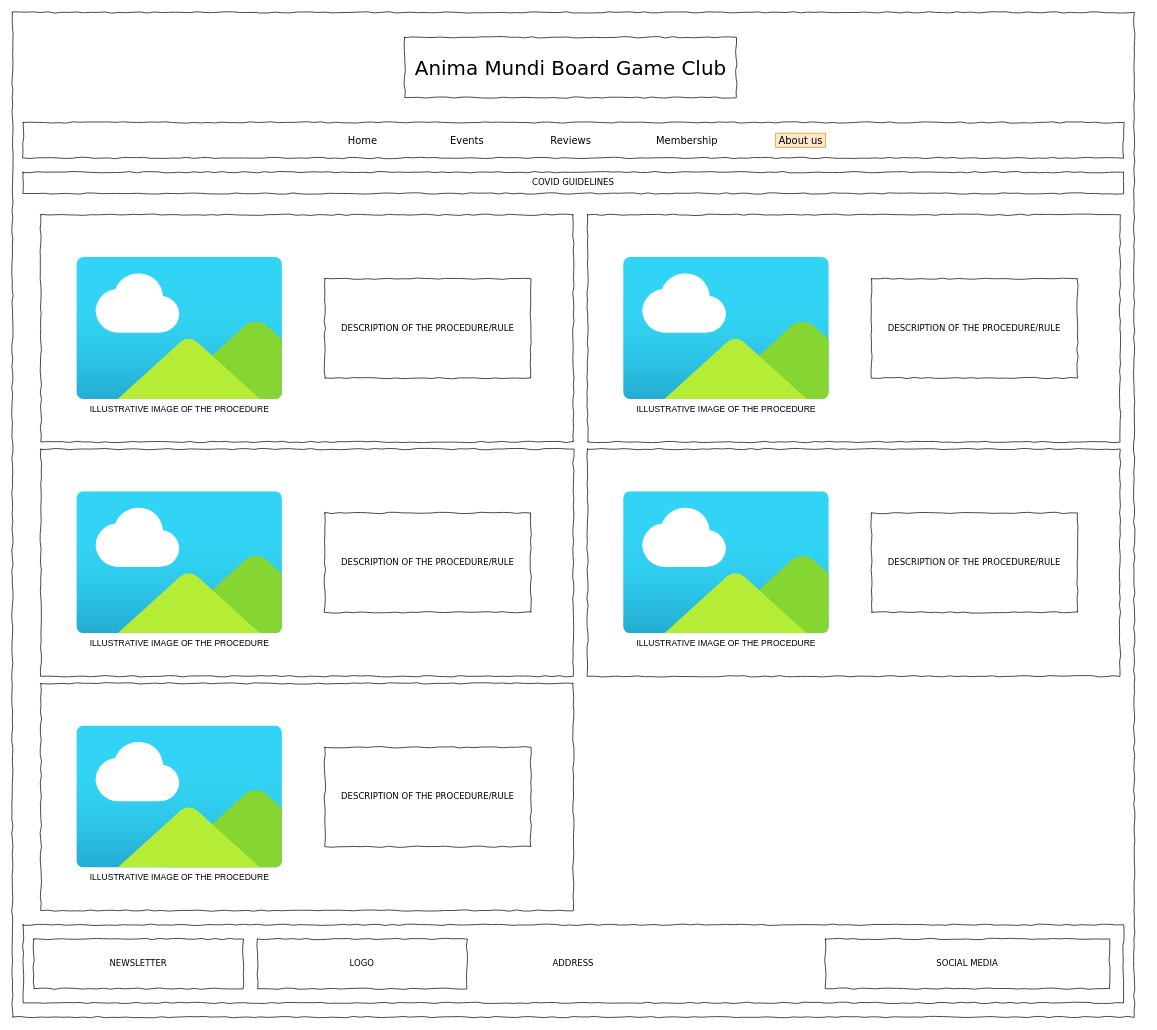
This is page "Covid Guidelines" (7 of 7) of Wireframes/larger_screens.drawio from m-binda/webdesign-final, a draw.io file, before an edit. Source tidied: cells renumbered, new cells numbered last; positions are measured from the earlier drawing's top-left corner, leaving out a move shared by most shapes. Both pictures are drawn from the tidied source at 71%, with x=0, y=0 at pixel (12, 12).
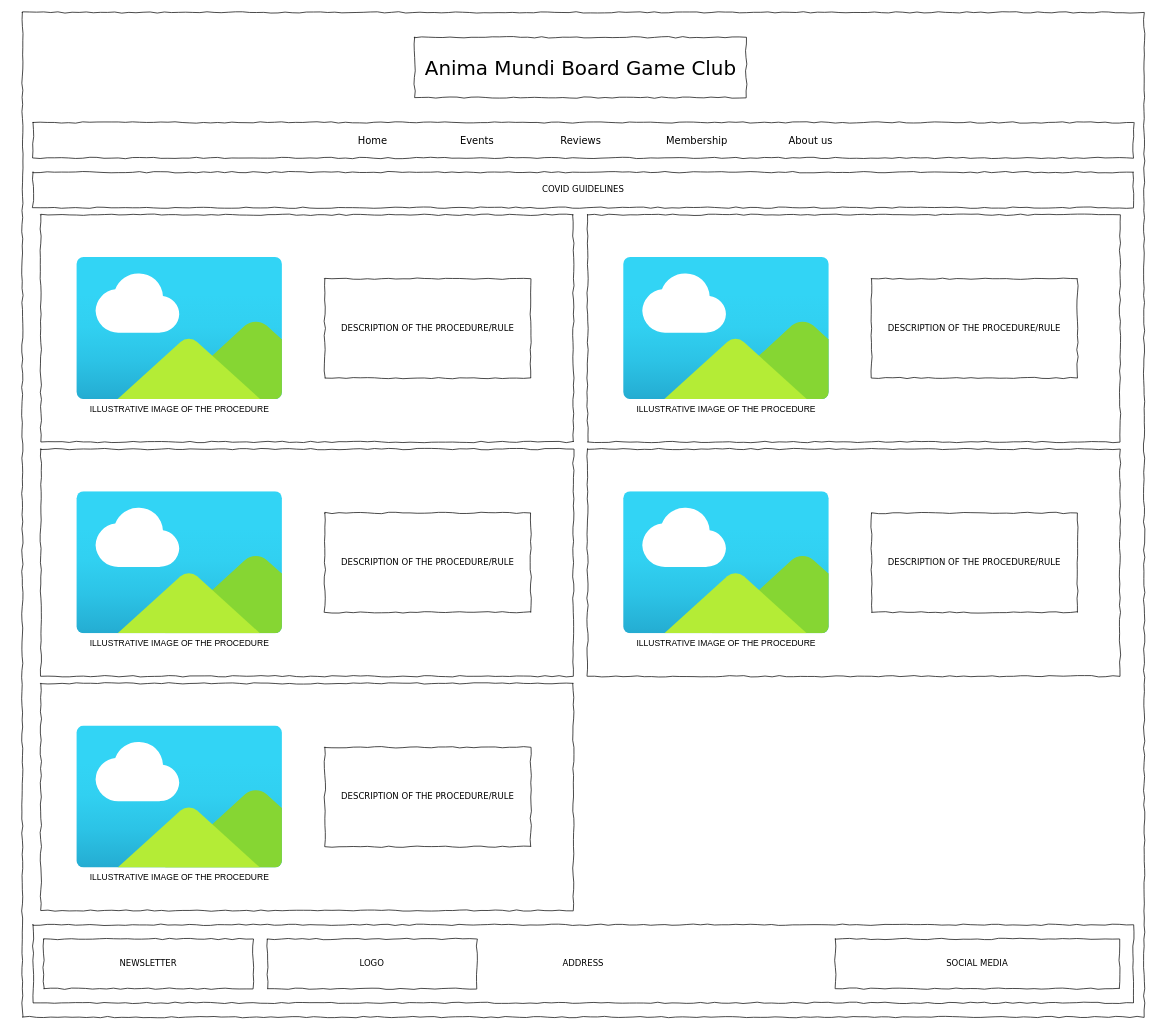
Above is the later version.

What changed in the source:
```diff
@@
     <mxCell id="2" style="whiteSpace=wrap;html=1;rounded=0;shadow=0;labelBackgroundColor=none;strokeColor=#000000;strokeWidth=1;fillColor=none;fontFamily=Verdana;fontSize=12;fontColor=#000000;align=center;comic=1;" parent="1" vertex="1">
-      <mxGeometry width="1580" height="1415" as="geometry" />
+      <mxGeometry x="14" width="1580" height="1415" as="geometry" />
     </mxCell>
     <mxCell id="3" value="ADDRESS" style="whiteSpace=wrap;html=1;rounded=0;shadow=0;labelBackgroundColor=none;strokeWidth=1;fillColor=none;fontFamily=Verdana;fontSize=12;align=center;comic=1;" parent="1" vertex="1">
-      <mxGeometry x="15" y="1285" width="1550" height="110" as="geometry" />
+      <mxGeometry x="29" y="1285" width="1550" height="110" as="geometry" />
     </mxCell>
     <mxCell id="4" value="SOCIAL MEDIA" style="whiteSpace=wrap;html=1;rounded=0;shadow=0;labelBackgroundColor=none;strokeWidth=1;fillColor=none;fontFamily=Verdana;fontSize=12;align=center;comic=1;" parent="1" vertex="1">
-      <mxGeometry x="1145" y="1305" width="400" height="70" as="geometry" />
+      <mxGeometry x="1159" y="1305" width="400" height="70" as="geometry" />
     </mxCell>
     <mxCell id="5" value="NEWSLETTER" style="whiteSpace=wrap;html=1;rounded=0;shadow=0;labelBackgroundColor=none;strokeWidth=1;fillColor=none;fontFamily=Verdana;fontSize=12;align=center;comic=1;" parent="1" vertex="1">
-      <mxGeometry x="30" y="1305" width="295" height="70" as="geometry" />
+      <mxGeometry x="44" y="1305" width="295" height="70" as="geometry" />
     </mxCell>
     <mxCell id="6" value="LOGO" style="whiteSpace=wrap;html=1;rounded=0;shadow=0;labelBackgroundColor=none;strokeWidth=1;fillColor=none;fontFamily=Verdana;fontSize=12;align=center;comic=1;" parent="1" vertex="1">
-      <mxGeometry x="345" y="1305" width="295" height="70" as="geometry" />
+      <mxGeometry x="359" y="1305" width="295" height="70" as="geometry" />
     </mxCell>
     <mxCell id="7" value="Anima Mundi Board Game Club" style="whiteSpace=wrap;html=1;rounded=0;shadow=0;labelBackgroundColor=none;strokeWidth=1;fontFamily=Verdana;fontSize=28;align=center;comic=1;" parent="1" vertex="1">
-      <mxGeometry x="552.5" y="35" width="467" height="85" as="geometry" />
+      <mxGeometry x="566.5" y="35" width="467" height="85" as="geometry" />
     </mxCell>
     <mxCell id="8" style="whiteSpace=wrap;html=1;rounded=0;shadow=0;labelBackgroundColor=none;strokeWidth=1;fillColor=none;fontFamily=Verdana;fontSize=12;align=center;comic=1;" parent="1" vertex="1">
-      <mxGeometry x="15" y="155" width="1550" height="50" as="geometry" />
+      <mxGeometry x="29" y="155" width="1550" height="50" as="geometry" />
     </mxCell>
     <mxCell id="9" value="Home" style="text;html=1;align=center;verticalAlign=top;spacingTop=-4;fontSize=14;fontFamily=Verdana;" parent="1" vertex="1">
-      <mxGeometry x="463" y="170" width="60" height="20" as="geometry" />
+      <mxGeometry x="477" y="170" width="60" height="20" as="geometry" />
     </mxCell>
     <mxCell id="10" value="Events" style="text;html=1;align=center;verticalAlign=top;spacingTop=-4;fontSize=14;fontFamily=Verdana;" parent="1" vertex="1">
-      <mxGeometry x="610" y="170" width="60" height="20" as="geometry" />
+      <mxGeometry x="624" y="170" width="60" height="20" as="geometry" />
     </mxCell>
     <mxCell id="11" value="Reviews" style="text;html=1;align=left;verticalAlign=top;spacingTop=-4;fontSize=14;fontFamily=Verdana;" parent="1" vertex="1">
-      <mxGeometry x="756" y="170" width="60" height="20" as="geometry" />
+      <mxGeometry x="770" y="170" width="60" height="20" as="geometry" />
     </mxCell>
     <mxCell id="12" value="COVID GUIDELINES" style="whiteSpace=wrap;html=1;rounded=0;shadow=0;labelBackgroundColor=none;strokeWidth=1;fillColor=none;fontFamily=Verdana;fontSize=12;align=center;comic=1;" parent="1" vertex="1">
-      <mxGeometry x="15" y="225" width="1550" height="30" as="geometry" />
+      <mxGeometry x="29" y="225" width="1550" height="50" as="geometry" />
     </mxCell>
-    <mxCell id="13" value="About us" style="text;html=1;align=center;verticalAlign=top;spacingTop=-4;fontSize=14;fontFamily=Verdana;fillColor=#ffe6cc;strokeColor=#d79b00;" parent="1" vertex="1">
-      <mxGeometry x="1075" y="170" width="70" height="20" as="geometry" />
+    <mxCell id="13" value="About us" style="text;html=1;align=center;verticalAlign=top;spacingTop=-4;fontSize=14;fontFamily=Verdana;" parent="1" vertex="1">
+      <mxGeometry x="1089" y="170" width="70" height="20" as="geometry" />
     </mxCell>
     <mxCell id="14" value="Membership" style="text;html=1;align=left;verticalAlign=top;spacingTop=-4;fontSize=14;fontFamily=Verdana;" parent="1" vertex="1">
-      <mxGeometry x="905" y="170" width="83" height="20" as="geometry" />
+      <mxGeometry x="919" y="170" width="83" height="20" as="geometry" />
     </mxCell>
```
